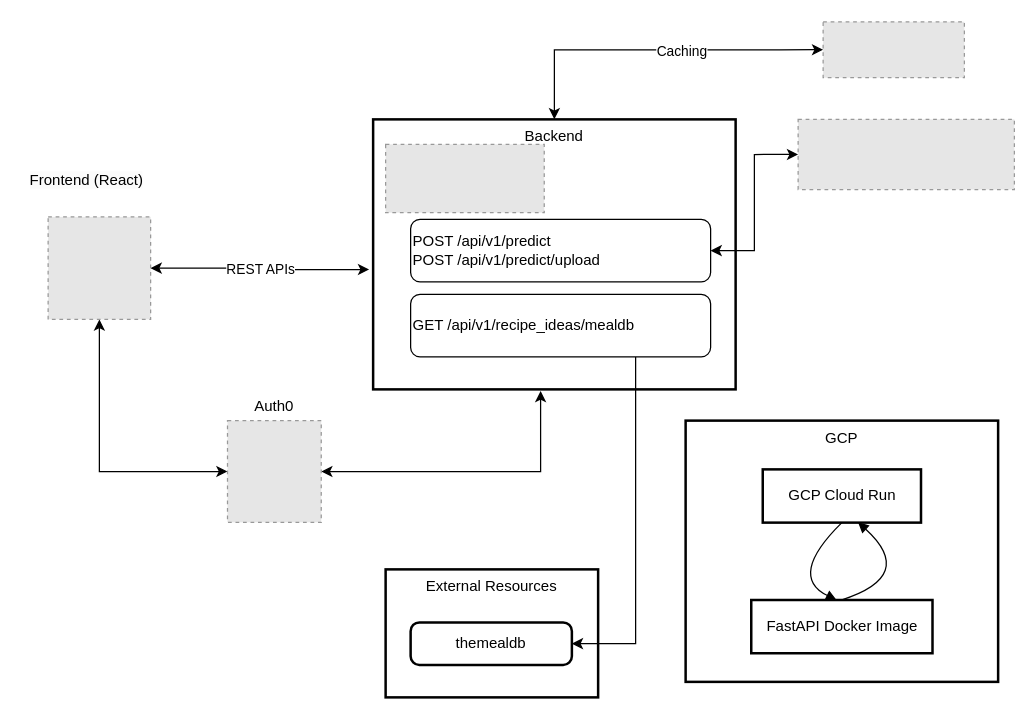
This is documentation/recipes-finder.drawio from williamang171/recipes-finder-backend, a draw.io file, before an edit. Source tidied: cells renumbered, new cells numbered last; positions are measured from the earlier drawing's top-left corner, leaving out a move shared by most shapes. Both pictures are drawn from the tidied source at 125%, with x=0, y=0 at pixel (21, 21). Pictures stored in the file or linked from it are replaced by grey dashed boxes.
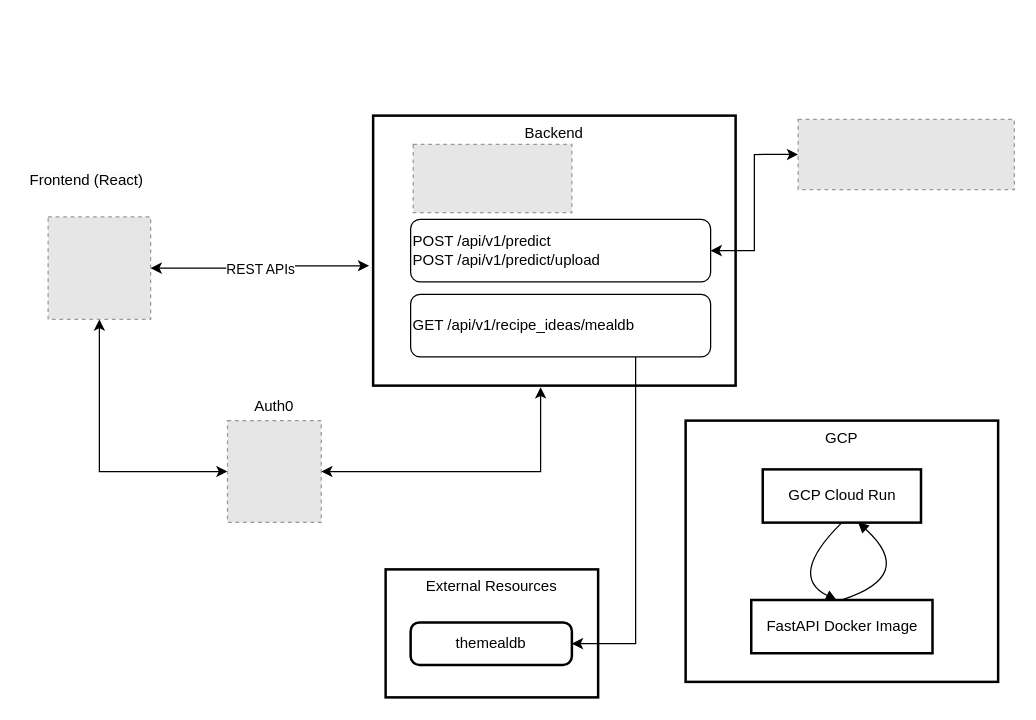
After the change.

Change to the diagram source:
```diff
@@
-    <mxCell id="9" style="edgeStyle=orthogonalEdgeStyle;rounded=0;jettySize=auto;html=1;exitX=0.5;exitY=0;exitDx=0;exitDy=0;entryX=0;entryY=0.5;entryDx=0;entryDy=0;startArrow=classic;startFill=1;" parent="1" edge="1" source="11" target="25">
-      <mxGeometry relative="1" as="geometry" />
-    </mxCell>
-    <mxCell id="10" value="Caching" style="edgeLabel;html=1;align=center;verticalAlign=middle;" parent="9" vertex="1">
-      <mxGeometry x="0.16" y="-1" relative="1" as="geometry" />
-    </mxCell>
     <mxCell id="11" value="Backend" style="whiteSpace=wrap;strokeWidth=2;verticalAlign=top;" parent="1" vertex="1">
-      <mxGeometry x="281" y="78" width="290" height="216" as="geometry" />
+      <mxGeometry x="281" y="75" width="290" height="216" as="geometry" />
     </mxCell>
@@
     <mxCell id="16" style="fillColor=#E6E6E6;strokeColor=#999999;dashed=1;verticalLabelPosition=bottom;labelBackgroundColor=default;verticalAlign=top;" parent="1" vertex="1">
-      <mxGeometry x="291" y="98" width="126.9" height="54.6" as="geometry" />
+      <mxGeometry x="313.1" y="98" width="126.9" height="54.6" as="geometry" />
     </mxCell>
@@
-    <mxCell id="25" style="fillColor=#E6E6E6;strokeColor=#999999;dashed=1;verticalLabelPosition=bottom;labelBackgroundColor=default;verticalAlign=top;" parent="1" vertex="1">
-      <mxGeometry x="641" y="-0.1" width="113" height="44.7" as="geometry" />
-    </mxCell>
```
